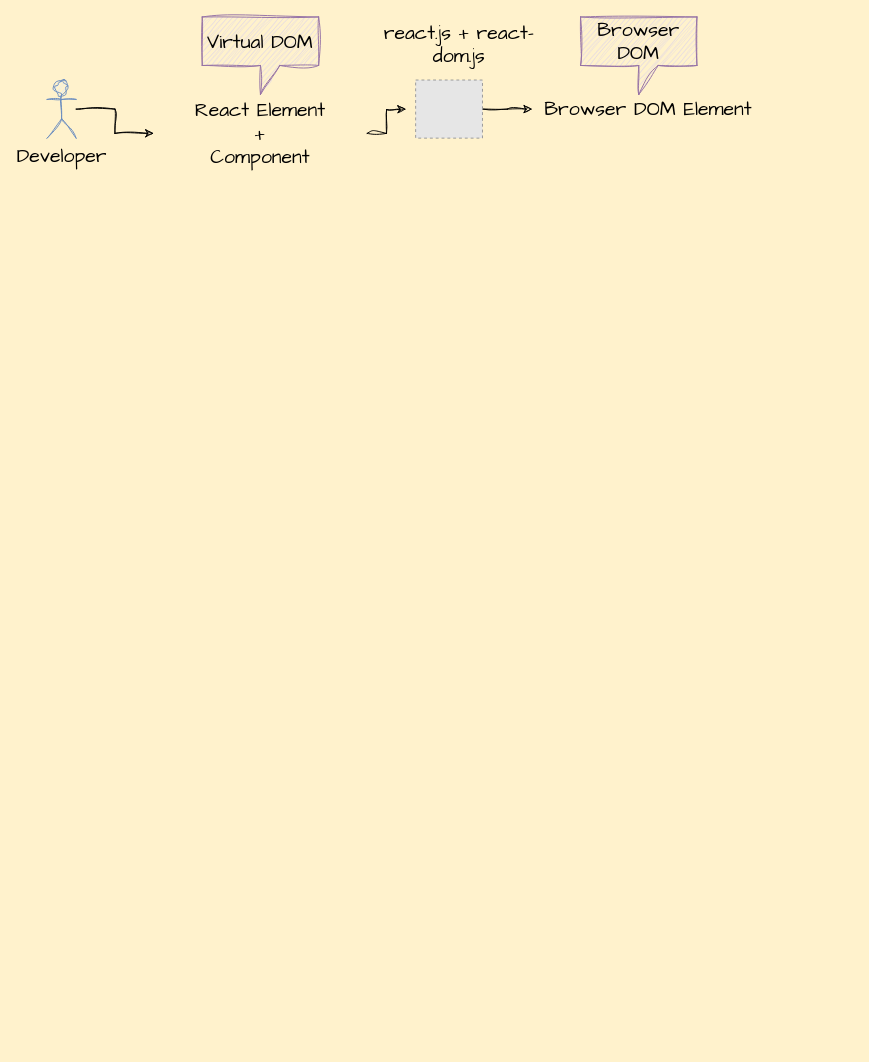
This is Supporting Docs/React_Synechron_July23.drawio from SumeetWajpe/Synechron_React_July_2023, a draw.io file, before an edit. Source tidied: cells renumbered, new cells numbered last; positions are measured from the earlier drawing's top-left corner, leaving out a move shared by most shapes. Both pictures are drawn from the tidied source at 97%, with x=0, y=0 at pixel (47, 16). Pictures stored in the file or linked from it are replaced by grey dashed boxes.
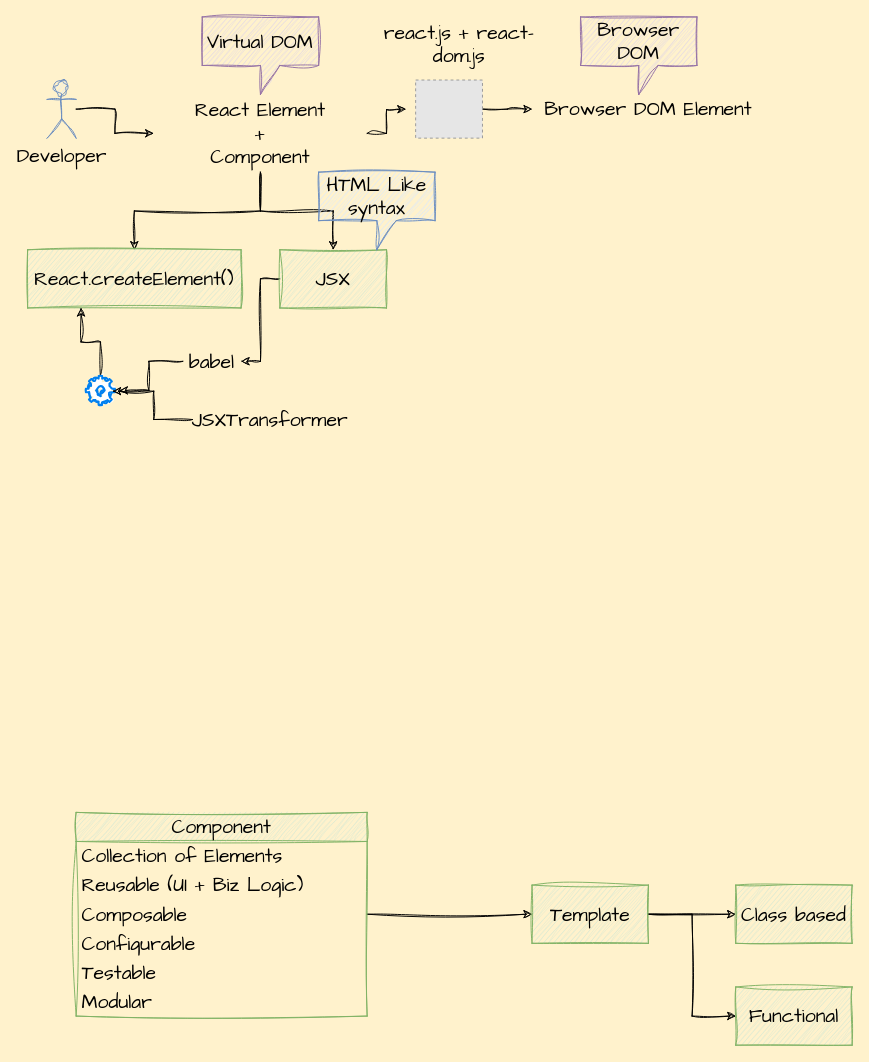
Above is the later version.

The change refers to these unchanged cells:
```xml
<mxCell id="3" value="React Element&lt;br&gt;+ &lt;br&gt;Component" style="text;html=1;strokeColor=none;fillColor=none;align=center;verticalAlign=middle;whiteSpace=wrap;rounded=0;fontSize=20;fontFamily=Architects Daughter;" parent="1" vertex="1">
  <mxGeometry x="110" y="80" width="220" height="80" as="geometry" />
</mxCell>
```

What changed in the source:
```diff
@@
+    <mxCell id="12" style="edgeStyle=orthogonalEdgeStyle;rounded=0;sketch=1;hachureGap=4;jiggle=2;curveFitting=1;jettySize=auto;html=1;fontFamily=Architects Daughter;fontSize=16;" parent="1" edge="1" source="3" target="14">
+      <mxGeometry relative="1" as="geometry" />
+    </mxCell>
+    <mxCell id="13" style="edgeStyle=orthogonalEdgeStyle;rounded=0;sketch=1;hachureGap=4;jiggle=2;curveFitting=1;jettySize=auto;html=1;entryX=0.5;entryY=0;entryDx=0;entryDy=0;fontFamily=Architects Daughter;fontSize=16;" parent="1" edge="1" source="3" target="16">
+      <mxGeometry relative="1" as="geometry" />
+    </mxCell>
@@
+    <mxCell id="14" value="React.createElement()" style="whiteSpace=wrap;html=1;sketch=1;hachureGap=4;jiggle=2;curveFitting=1;fontFamily=Architects Daughter;fontSize=20;fillColor=#d5e8d4;strokeColor=#82b366;" parent="1" vertex="1">
+      <mxGeometry x="-20" y="240" width="220" height="60" as="geometry" />
+    </mxCell>
+    <mxCell id="15" style="edgeStyle=orthogonalEdgeStyle;rounded=0;sketch=1;hachureGap=4;jiggle=2;curveFitting=1;jettySize=auto;html=1;entryX=1;entryY=0.5;entryDx=0;entryDy=0;fontFamily=Architects Daughter;fontSize=16;" parent="1" edge="1" source="16" target="20">
+      <mxGeometry relative="1" as="geometry" />
+    </mxCell>
+    <mxCell id="16" value="JSX" style="whiteSpace=wrap;html=1;sketch=1;hachureGap=4;jiggle=2;curveFitting=1;fontFamily=Architects Daughter;fontSize=20;fillColor=#d5e8d4;strokeColor=#82b366;" parent="1" vertex="1">
+      <mxGeometry x="240" y="240" width="110" height="60" as="geometry" />
+    </mxCell>
+    <mxCell id="17" style="edgeStyle=orthogonalEdgeStyle;rounded=0;sketch=1;hachureGap=4;jiggle=2;curveFitting=1;jettySize=auto;html=1;entryX=0.25;entryY=1;entryDx=0;entryDy=0;fontFamily=Architects Daughter;fontSize=16;" parent="1" edge="1" source="18" target="14">
+      <mxGeometry relative="1" as="geometry" />
+    </mxCell>
+    <mxCell id="18" style="html=1;verticalLabelPosition=bottom;align=center;labelBackgroundColor=#ffffff;verticalAlign=top;strokeWidth=2;strokeColor=#0080F0;shadow=0;dashed=0;shape=mxgraph.ios7.icons.settings;sketch=1;hachureGap=4;jiggle=2;curveFitting=1;fontFamily=Architects Daughter;fontSize=20;" parent="1" vertex="1">
+      <mxGeometry x="40" y="370" width="30" height="30" as="geometry" />
+    </mxCell>
+    <mxCell id="19" style="edgeStyle=orthogonalEdgeStyle;rounded=0;sketch=1;hachureGap=4;jiggle=2;curveFitting=1;jettySize=auto;html=1;entryX=1.149;entryY=0.501;entryDx=0;entryDy=0;entryPerimeter=0;fontFamily=Architects Daughter;fontSize=16;" parent="1" edge="1" source="20" target="18">
+      <mxGeometry relative="1" as="geometry" />
+    </mxCell>
+    <mxCell id="20" value="babel" style="text;html=1;strokeColor=none;fillColor=none;align=center;verticalAlign=middle;whiteSpace=wrap;rounded=0;fontSize=20;fontFamily=Architects Daughter;" parent="1" vertex="1">
+      <mxGeometry x="140" y="340" width="60" height="30" as="geometry" />
+    </mxCell>
+    <mxCell id="21" style="edgeStyle=orthogonalEdgeStyle;rounded=0;sketch=1;hachureGap=4;jiggle=2;curveFitting=1;jettySize=auto;html=1;entryX=0.918;entryY=0.527;entryDx=0;entryDy=0;entryPerimeter=0;fontFamily=Architects Daughter;fontSize=16;" parent="1" edge="1" source="22" target="18">
+      <mxGeometry relative="1" as="geometry" />
+    </mxCell>
+    <mxCell id="22" value="JSXTransformer" style="text;html=1;strokeColor=none;fillColor=none;align=center;verticalAlign=middle;whiteSpace=wrap;rounded=0;fontSize=20;fontFamily=Architects Daughter;" parent="1" vertex="1">
+      <mxGeometry x="150" y="400" width="160" height="30" as="geometry" />
+    </mxCell>
+    <mxCell id="23" value="HTML Like syntax" style="shape=callout;whiteSpace=wrap;html=1;perimeter=calloutPerimeter;sketch=1;hachureGap=4;jiggle=2;curveFitting=1;fontFamily=Architects Daughter;fontSize=20;fillColor=#dae8fc;strokeColor=#6c8ebf;" parent="1" vertex="1">
+      <mxGeometry x="280" y="160" width="120" height="80" as="geometry" />
+    </mxCell>
+    <mxCell id="24" style="edgeStyle=orthogonalEdgeStyle;rounded=0;sketch=1;hachureGap=4;jiggle=2;curveFitting=1;jettySize=auto;html=1;fontFamily=Architects Daughter;fontSize=16;" parent="1" edge="1" source="25" target="34">
+      <mxGeometry relative="1" as="geometry" />
+    </mxCell>
+    <mxCell id="25" value="Component" style="swimlane;fontStyle=0;horizontal=1;startSize=30;whiteSpace=wrap;html=1;sketch=1;hachureGap=4;jiggle=2;curveFitting=1;fontFamily=Architects Daughter;fontSize=20;fillColor=#d5e8d4;strokeColor=#82b366;" parent="1" vertex="1">
+      <mxGeometry x="30" y="820" width="300" height="210" as="geometry" />
+    </mxCell>
+    <mxCell id="26" value="Collection of Elements" style="text;strokeColor=none;fillColor=none;align=left;verticalAlign=middle;spacingLeft=4;spacingRight=4;overflow=hidden;whiteSpace=wrap;html=1;fontSize=20;fontFamily=Architects Daughter;" parent="25" vertex="1">
+      <mxGeometry y="30" width="300" height="30" as="geometry" />
+    </mxCell>
+    <mxCell id="27" value="Reusable (UI + Biz Logic)" style="text;strokeColor=none;fillColor=none;align=left;verticalAlign=middle;spacingLeft=4;spacingRight=4;overflow=hidden;whiteSpace=wrap;html=1;fontSize=20;fontFamily=Architects Daughter;" parent="25" vertex="1">
+      <mxGeometry y="60" width="300" height="30" as="geometry" />
+    </mxCell>
+    <mxCell id="28" value="Composable" style="text;strokeColor=none;fillColor=none;align=left;verticalAlign=middle;spacingLeft=4;spacingRight=4;overflow=hidden;whiteSpace=wrap;html=1;fontSize=20;fontFamily=Architects Daughter;" parent="25" vertex="1">
+      <mxGeometry y="90" width="300" height="30" as="geometry" />
+    </mxCell>
+    <mxCell id="29" value="Configurable" style="text;strokeColor=none;fillColor=none;align=left;verticalAlign=middle;spacingLeft=4;spacingRight=4;overflow=hidden;whiteSpace=wrap;html=1;fontSize=20;fontFamily=Architects Daughter;" parent="25" vertex="1">
+      <mxGeometry y="120" width="300" height="30" as="geometry" />
+    </mxCell>
+    <mxCell id="30" value="Testable" style="text;strokeColor=none;fillColor=none;align=left;verticalAlign=middle;spacingLeft=4;spacingRight=4;overflow=hidden;whiteSpace=wrap;html=1;fontSize=20;fontFamily=Architects Daughter;" parent="25" vertex="1">
+      <mxGeometry y="150" width="300" height="30" as="geometry" />
+    </mxCell>
+    <mxCell id="31" value="Modular" style="text;strokeColor=none;fillColor=none;align=left;verticalAlign=middle;spacingLeft=4;spacingRight=4;overflow=hidden;whiteSpace=wrap;html=1;fontSize=20;fontFamily=Architects Daughter;" parent="25" vertex="1">
+      <mxGeometry y="180" width="300" height="30" as="geometry" />
+    </mxCell>
+    <mxCell id="32" style="edgeStyle=orthogonalEdgeStyle;rounded=0;sketch=1;hachureGap=4;jiggle=2;curveFitting=1;jettySize=auto;html=1;fontFamily=Architects Daughter;fontSize=16;" parent="1" edge="1" source="34" target="35">
+      <mxGeometry relative="1" as="geometry" />
+    </mxCell>
+    <mxCell id="33" style="edgeStyle=orthogonalEdgeStyle;rounded=0;sketch=1;hachureGap=4;jiggle=2;curveFitting=1;jettySize=auto;html=1;entryX=0;entryY=0.5;entryDx=0;entryDy=0;fontFamily=Architects Daughter;fontSize=16;" parent="1" edge="1" source="34" target="36">
+      <mxGeometry relative="1" as="geometry" />
+    </mxCell>
+    <mxCell id="34" value="Template" style="whiteSpace=wrap;html=1;fontSize=20;fontFamily=Architects Daughter;fillColor=#d5e8d4;strokeColor=#82b366;fontStyle=0;startSize=30;sketch=1;hachureGap=4;jiggle=2;curveFitting=1;" parent="1" vertex="1">
+      <mxGeometry x="500" y="895" width="120" height="60" as="geometry" />
+    </mxCell>
+    <mxCell id="35" value="Class based" style="whiteSpace=wrap;html=1;fontSize=20;fontFamily=Architects Daughter;fillColor=#d5e8d4;strokeColor=#82b366;fontStyle=0;startSize=30;sketch=1;hachureGap=4;jiggle=2;curveFitting=1;" parent="1" vertex="1">
+      <mxGeometry x="710" y="895" width="120" height="60" as="geometry" />
+    </mxCell>
+    <mxCell id="36" value="Functional" style="whiteSpace=wrap;html=1;fontSize=20;fontFamily=Architects Daughter;fillColor=#d5e8d4;strokeColor=#82b366;fontStyle=0;startSize=30;sketch=1;hachureGap=4;jiggle=2;curveFitting=1;" parent="1" vertex="1">
+      <mxGeometry x="710" y="1000" width="120" height="60" as="geometry" />
+    </mxCell>
```
